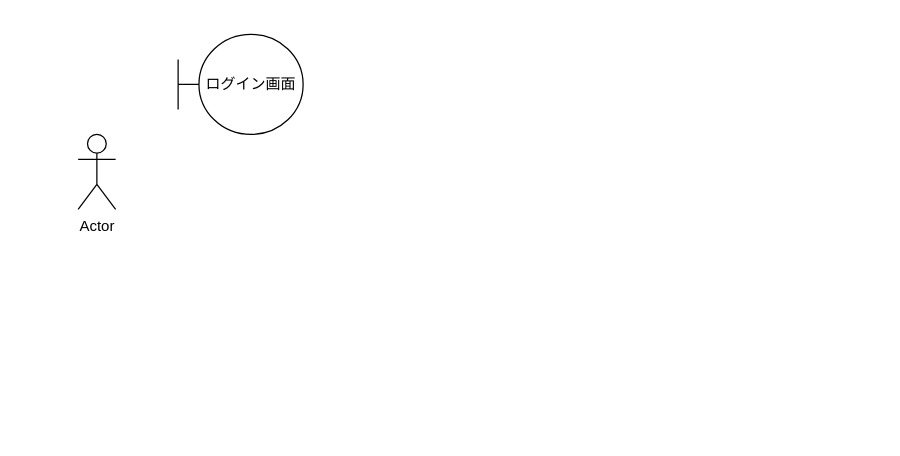
Earlier version of the draw.io diagram group/3-3_総合演習1_BBショップ注文管理システム/ロバストネス図/lo_a_01_login.drawio (ko246/ohara_uml). Source tidied: cells renumbered, new cells numbered last; positions are measured from the earlier drawing's top-left corner, leaving out a move shared by most shapes. Both pictures are drawn from the tidied source at 125%, with x=0, y=0 at pixel (78, 34).
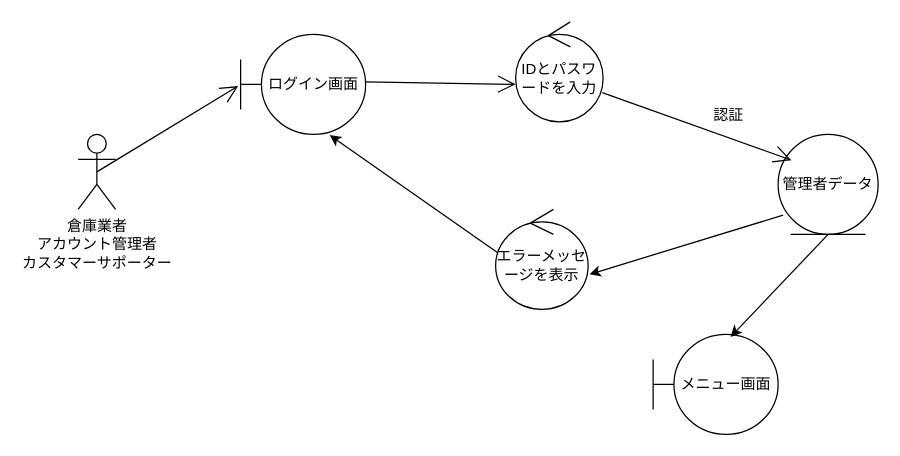
After the change.

Commit message:
ログインロバストネス図（改変あり）

The edit, as a diff of the source:
```diff
@@
 <mxGraphModel>
   <root>
     <mxCell id="0" />
     <mxCell id="1" parent="0" />
-    <mxCell id="2" value="Actor" style="shape=umlActor;verticalLabelPosition=bottom;verticalAlign=top;html=1;" parent="1" vertex="1">
+    <mxCell id="2" value="倉庫業者&lt;div&gt;&lt;font color=&quot;#000000&quot;&gt;アカウント管理者&lt;/font&gt;&lt;/div&gt;&lt;div&gt;&lt;font color=&quot;#000000&quot;&gt;カスタマーサポーター&lt;/font&gt;&lt;/div&gt;&lt;div&gt;&lt;font color=&quot;#000000&quot;&gt;&lt;br&gt;&lt;/font&gt;&lt;/div&gt;" style="shape=umlActor;verticalLabelPosition=bottom;verticalAlign=top;html=1;" parent="1" vertex="1">
       <mxGeometry y="80" width="30" height="60" as="geometry" />
     </mxCell>
     <mxCell id="3" value="ログイン画面" style="shape=umlBoundary;whiteSpace=wrap;html=1;" parent="1" vertex="1">
-      <mxGeometry x="80" width="100" height="80" as="geometry" />
+      <mxGeometry x="130" width="100" height="80" as="geometry" />
     </mxCell>
+    <mxCell id="4" value="IDとパスワードを入力" style="ellipse;shape=umlControl;whiteSpace=wrap;html=1;" parent="1" vertex="1">
+      <mxGeometry x="350" y="-10" width="70" height="80" as="geometry" />
+    </mxCell>
+    <mxCell id="5" value="管理者データ" style="ellipse;shape=umlEntity;whiteSpace=wrap;html=1;" parent="1" vertex="1">
+      <mxGeometry x="560" y="80" width="80" height="80" as="geometry" />
+    </mxCell>
+    <mxCell id="6" style="endArrow=open;endFill=1;endSize=12;html=1;exitX=0.5;exitY=0.5;exitDx=0;exitDy=0;exitPerimeter=0;entryX=-0.02;entryY=0.517;entryDx=0;entryDy=0;entryPerimeter=0;" parent="1" edge="1" source="2" target="3">
+      <mxGeometry relative="1" as="geometry" />
+    </mxCell>
+    <mxCell id="7" style="endArrow=open;endFill=1;endSize=12;html=1;exitX=1;exitY=0.475;exitDx=0;exitDy=0;exitPerimeter=0;entryX=0;entryY=0.625;entryDx=0;entryDy=0;entryPerimeter=0;" parent="1" edge="1" source="3" target="4">
+      <mxGeometry relative="1" as="geometry" />
+    </mxCell>
+    <mxCell id="8" style="endArrow=open;endFill=1;endSize=12;html=1;exitX=0.99;exitY=0.708;exitDx=0;exitDy=0;exitPerimeter=0;entryX=0.133;entryY=0.258;entryDx=0;entryDy=0;entryPerimeter=0;" parent="1" edge="1" source="4" target="5">
+      <mxGeometry relative="1" as="geometry" />
+    </mxCell>
+    <mxCell id="9" value="認証" style="text;html=1;align=center;verticalAlign=middle;strokeColor=none;fillColor=none;" parent="1" vertex="1">
+      <mxGeometry x="495" y="50" width="50" height="30" as="geometry" />
+    </mxCell>
+    <mxCell id="10" value="エラーメッセージを表示" style="ellipse;shape=umlControl;whiteSpace=wrap;html=1;" parent="1" vertex="1">
+      <mxGeometry x="334" y="140" width="74" height="80" as="geometry" />
+    </mxCell>
+    <mxCell id="11" value="メニュー画面" style="shape=umlBoundary;whiteSpace=wrap;html=1;" parent="1" vertex="1">
+      <mxGeometry x="460" y="240" width="100" height="80" as="geometry" />
+    </mxCell>
+    <mxCell id="12" style="endArrow=classic;html=1;exitX=0.05;exitY=0.808;exitDx=0;exitDy=0;exitPerimeter=0;entryX=1.014;entryY=0.65;entryDx=0;entryDy=0;entryPerimeter=0;" parent="1" edge="1" source="5" target="10">
+      <mxGeometry relative="1" as="geometry" />
+    </mxCell>
+    <mxCell id="13" style="endArrow=classic;html=1;exitX=0.023;exitY=0.433;exitDx=0;exitDy=0;exitPerimeter=0;entryX=0.713;entryY=1.008;entryDx=0;entryDy=0;entryPerimeter=0;" parent="1" edge="1" source="10" target="3">
+      <mxGeometry relative="1" as="geometry" />
+    </mxCell>
+    <mxCell id="14" style="endArrow=classic;html=1;exitX=0.5;exitY=1;exitDx=0;exitDy=0;entryX=0.62;entryY=0.025;entryDx=0;entryDy=0;entryPerimeter=0;" parent="1" edge="1" source="5" target="11">
+      <mxGeometry relative="1" as="geometry" />
+    </mxCell>
   </root>
 </mxGraphModel>
```
